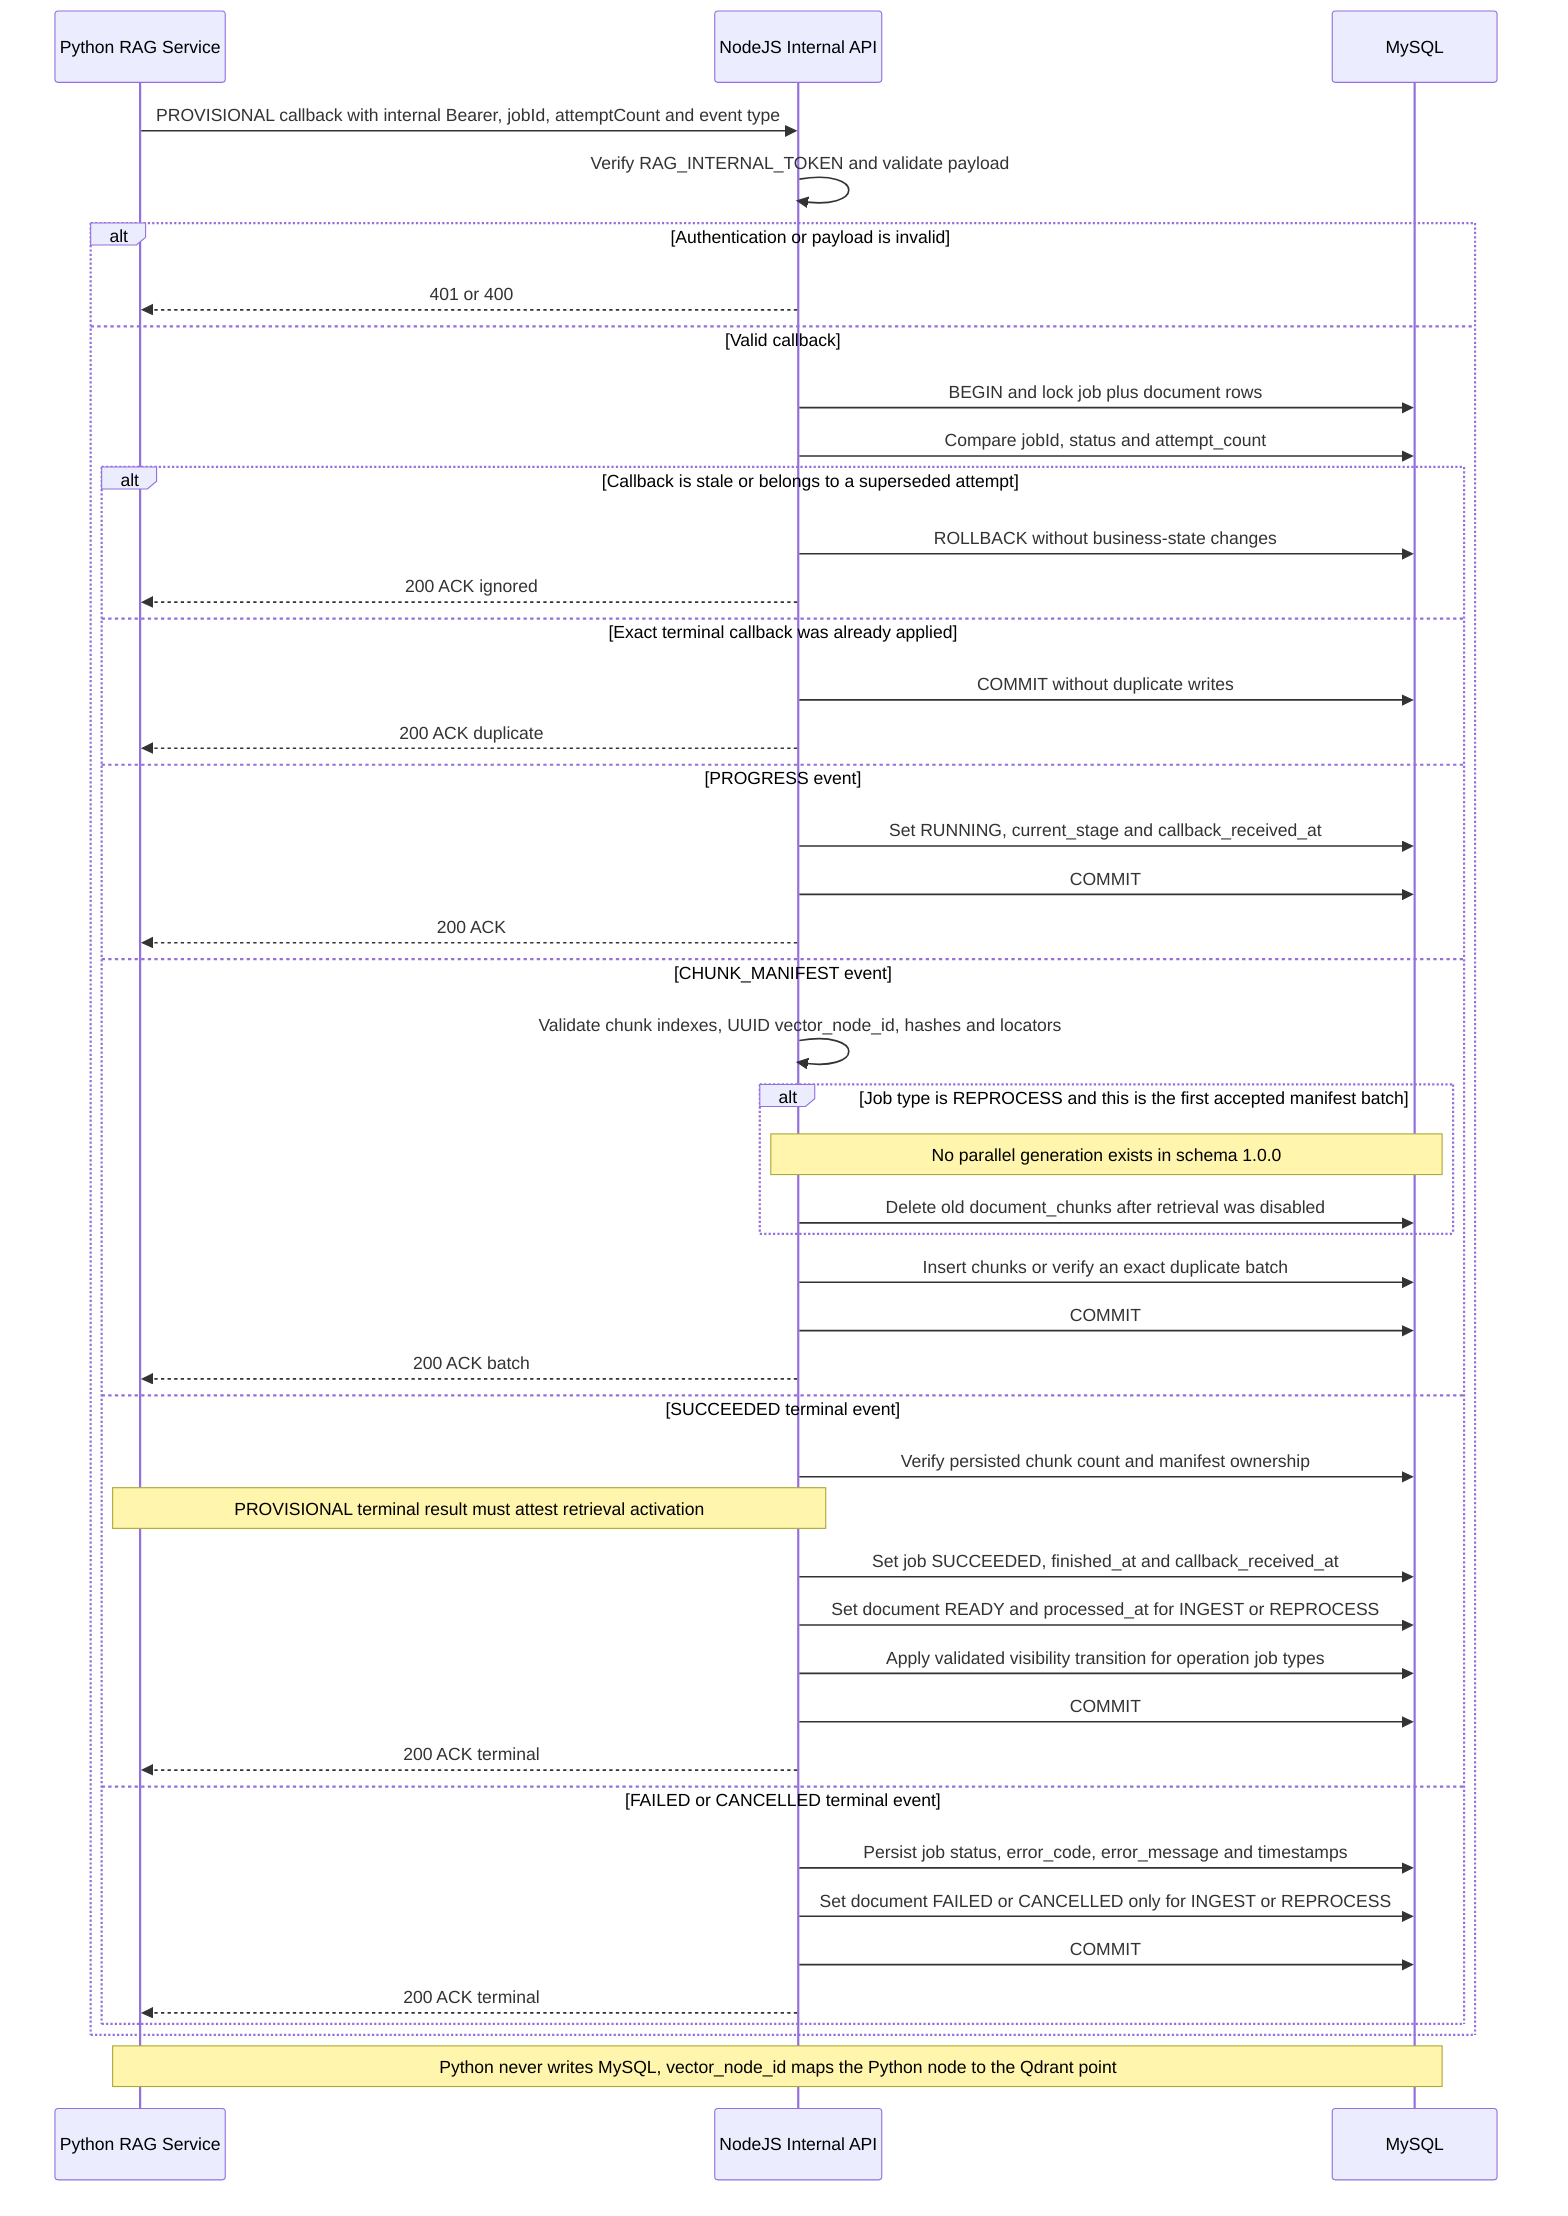
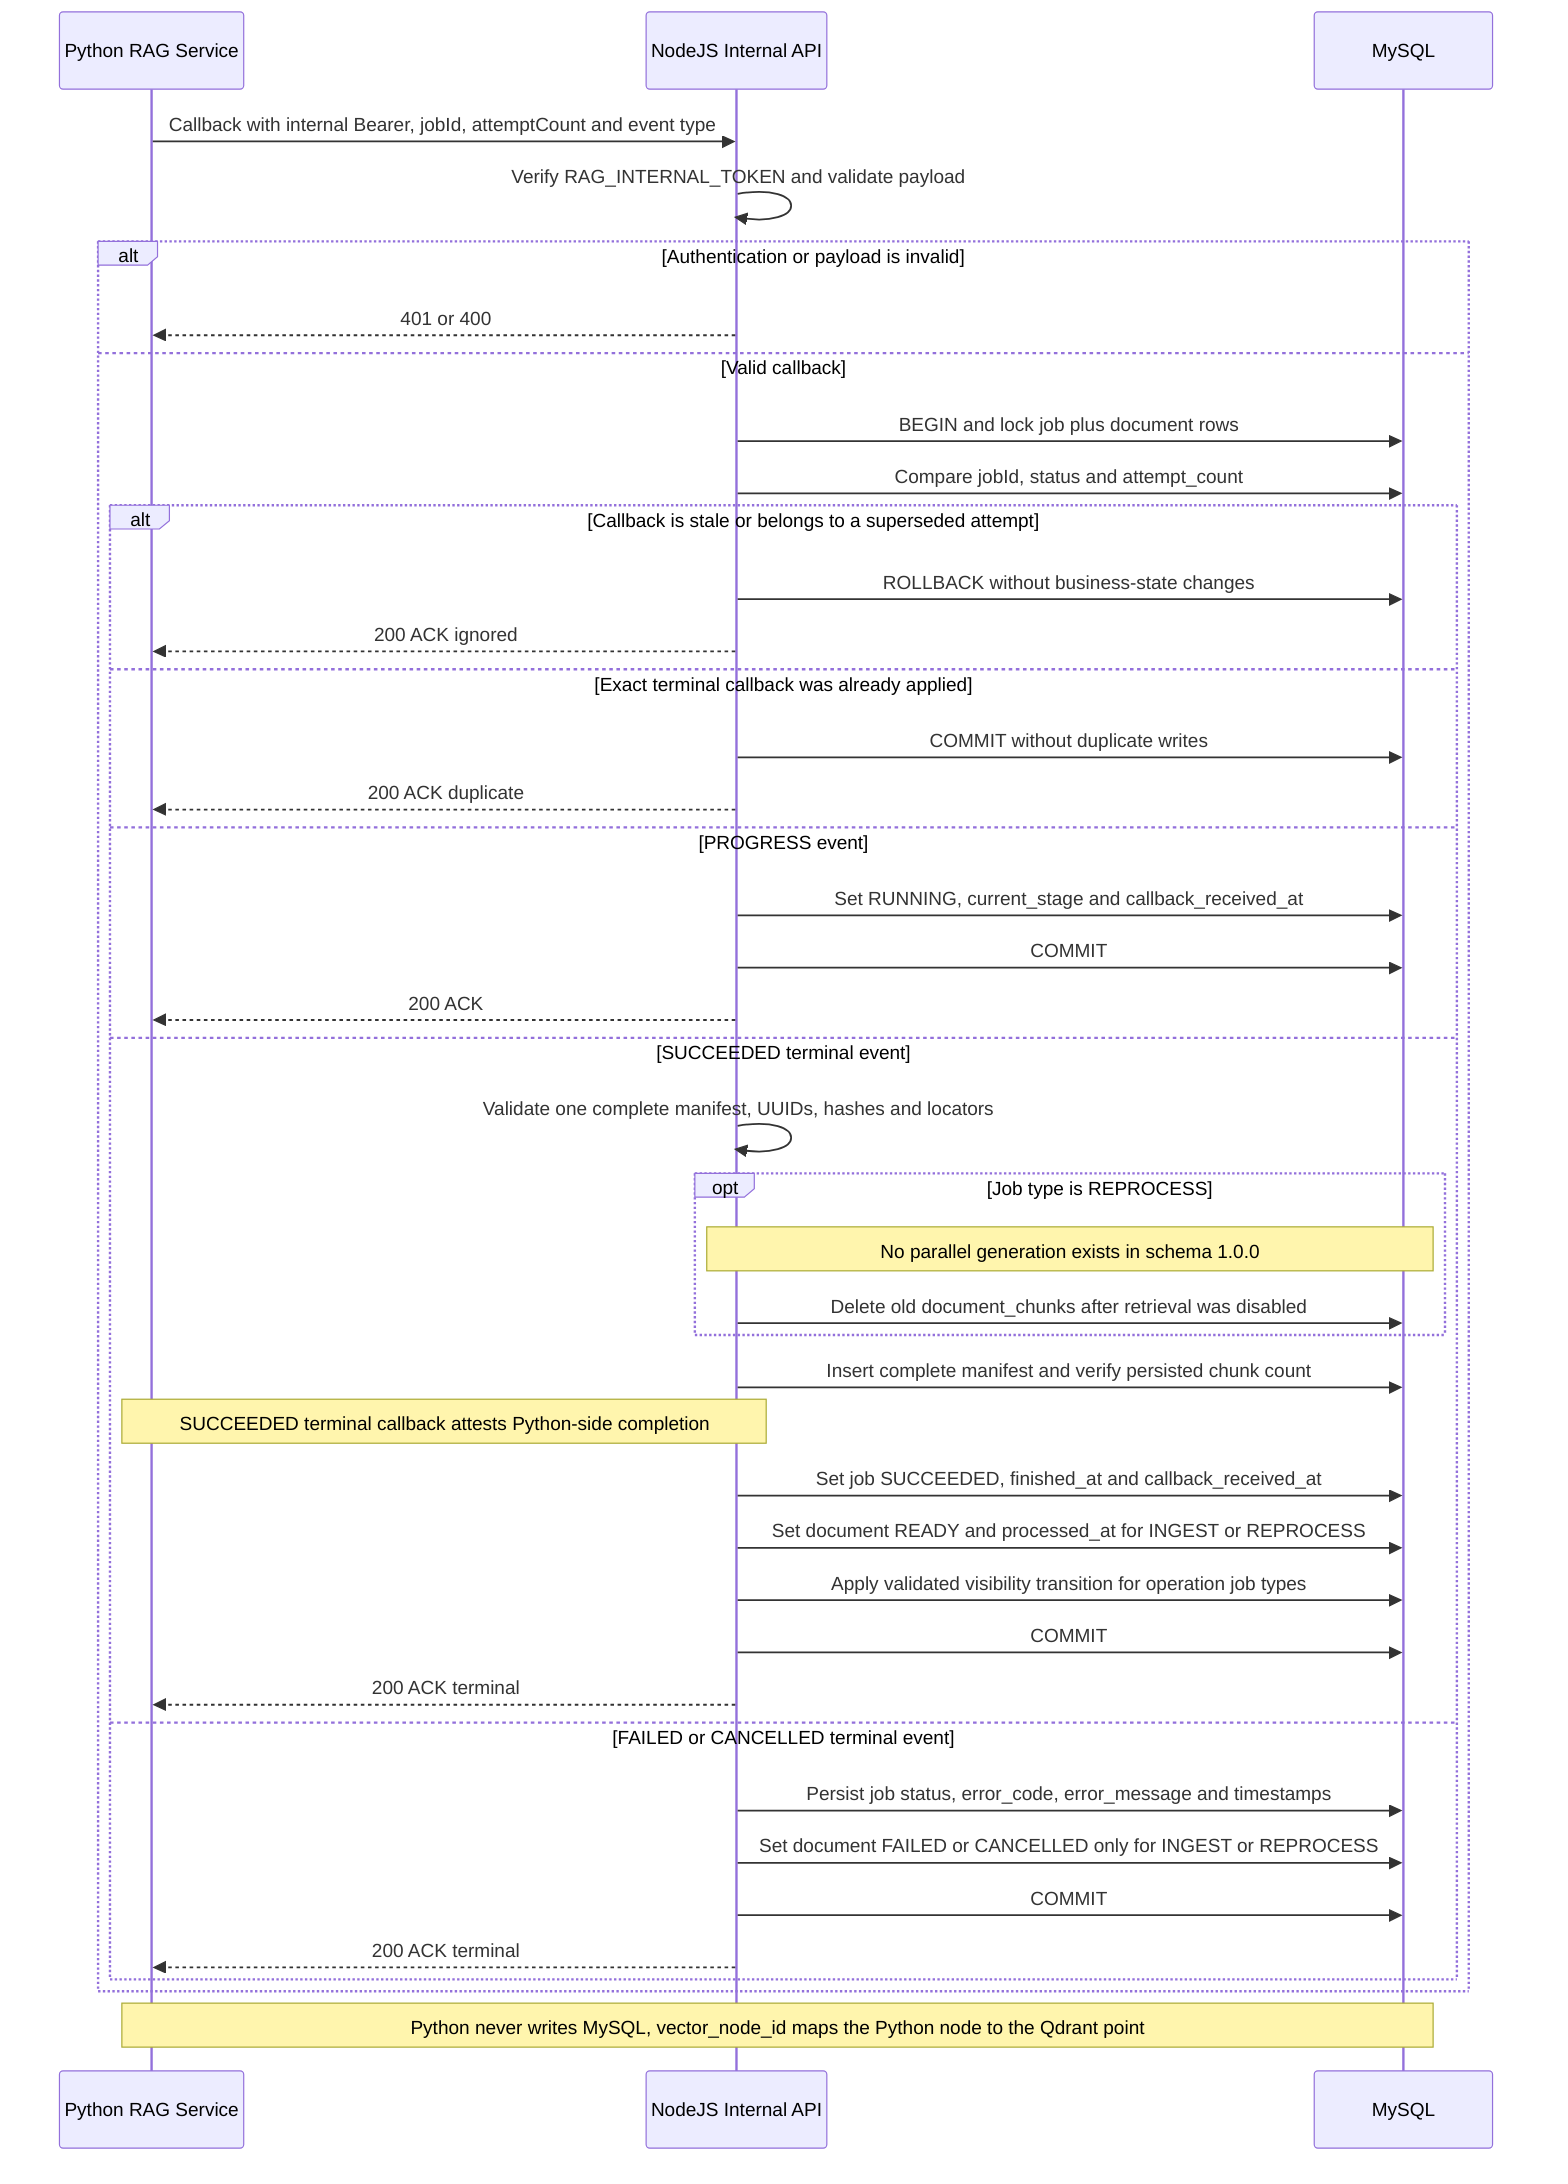
- %% 02 Processing callback | Status: PROVISIONAL contract, schema-accurate lifecycle
+ %% 02 Processing callback | Status: MVP IMPLEMENTED, complete manifest only
sequenceDiagram
  participant RAG as Python RAG Service
  participant Node as NodeJS Internal API
  participant DB as MySQL

-   RAG->>Node: PROVISIONAL callback with internal Bearer, jobId, attemptCount and event type
+   RAG->>Node: Callback with internal Bearer, jobId, attemptCount and event type
  Node->>Node: Verify RAG_INTERNAL_TOKEN and validate payload
  alt Authentication or payload is invalid
    Node-->>RAG: 401 or 400
  else Valid callback
    Node->>DB: BEGIN and lock job plus document rows
    Node->>DB: Compare jobId, status and attempt_count
    alt Callback is stale or belongs to a superseded attempt
      Node->>DB: ROLLBACK without business-state changes
      Node-->>RAG: 200 ACK ignored
    else Exact terminal callback was already applied
      Node->>DB: COMMIT without duplicate writes
      Node-->>RAG: 200 ACK duplicate
    else PROGRESS event
      Node->>DB: Set RUNNING, current_stage and callback_received_at
      Node->>DB: COMMIT
      Node-->>RAG: 200 ACK
-     else CHUNK_MANIFEST event
-       Node->>Node: Validate chunk indexes, UUID vector_node_id, hashes and locators
-       alt Job type is REPROCESS and this is the first accepted manifest batch
+     else SUCCEEDED terminal event
+       Node->>Node: Validate one complete manifest, UUIDs, hashes and locators
+       opt Job type is REPROCESS
        Note over Node,DB: No parallel generation exists in schema 1.0.0
        Node->>DB: Delete old document_chunks after retrieval was disabled
      end
-       Node->>DB: Insert chunks or verify an exact duplicate batch
-       Node->>DB: COMMIT
-       Node-->>RAG: 200 ACK batch
-     else SUCCEEDED terminal event
-       Node->>DB: Verify persisted chunk count and manifest ownership
-       Note over Node,RAG: PROVISIONAL terminal result must attest retrieval activation
+       Node->>DB: Insert complete manifest and verify persisted chunk count
+       Note over Node,RAG: SUCCEEDED terminal callback attests Python-side completion
      Node->>DB: Set job SUCCEEDED, finished_at and callback_received_at
      Node->>DB: Set document READY and processed_at for INGEST or REPROCESS
      Node->>DB: Apply validated visibility transition for operation job types
      Node->>DB: COMMIT
      Node-->>RAG: 200 ACK terminal
    else FAILED or CANCELLED terminal event
      Node->>DB: Persist job status, error_code, error_message and timestamps
      Node->>DB: Set document FAILED or CANCELLED only for INGEST or REPROCESS
      Node->>DB: COMMIT
      Node-->>RAG: 200 ACK terminal
    end
  end

  Note over RAG,DB: Python never writes MySQL, vector_node_id maps the Python node to the Qdrant point
